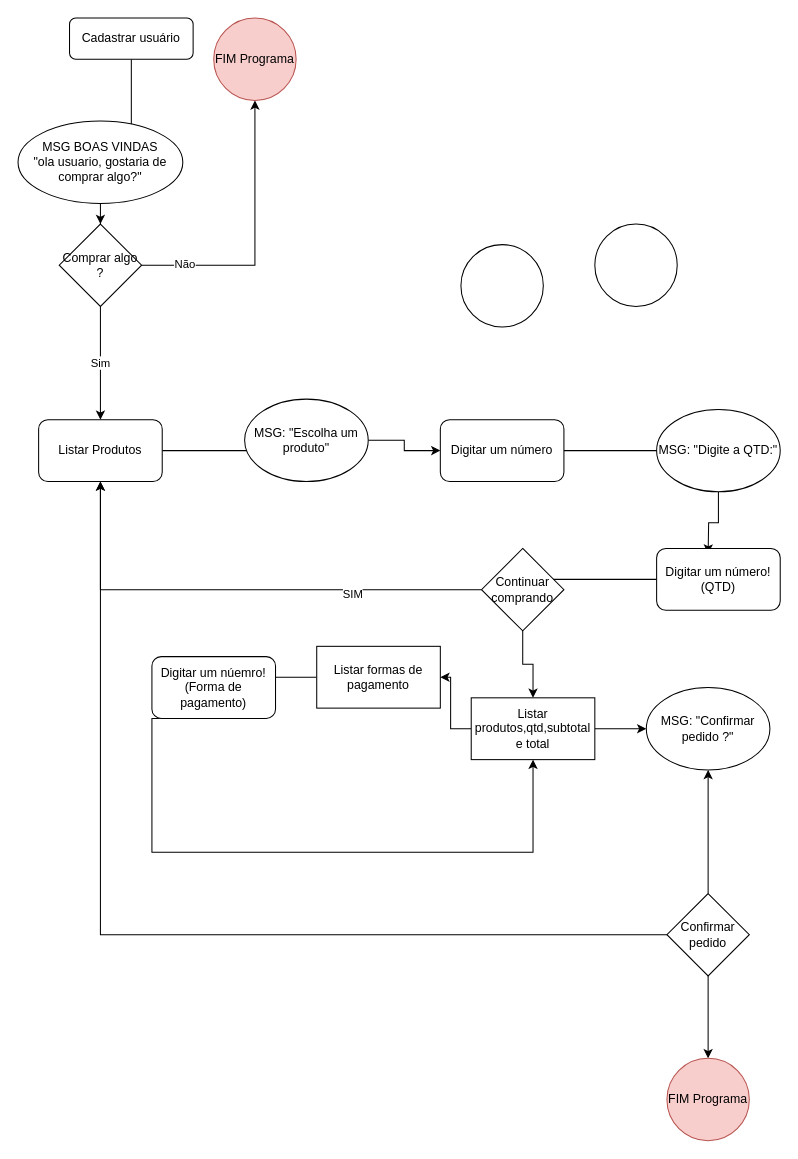
The draw.io diagram Untitled Diagram.drawio in reisritter/turma11java, before the edit. Source tidied: cells renumbered, new cells numbered last; positions are measured from the earlier drawing's top-left corner, leaving out a move shared by most shapes. Both pictures are drawn from the tidied source at 103%, with x=0, y=0 at pixel (18, 18).
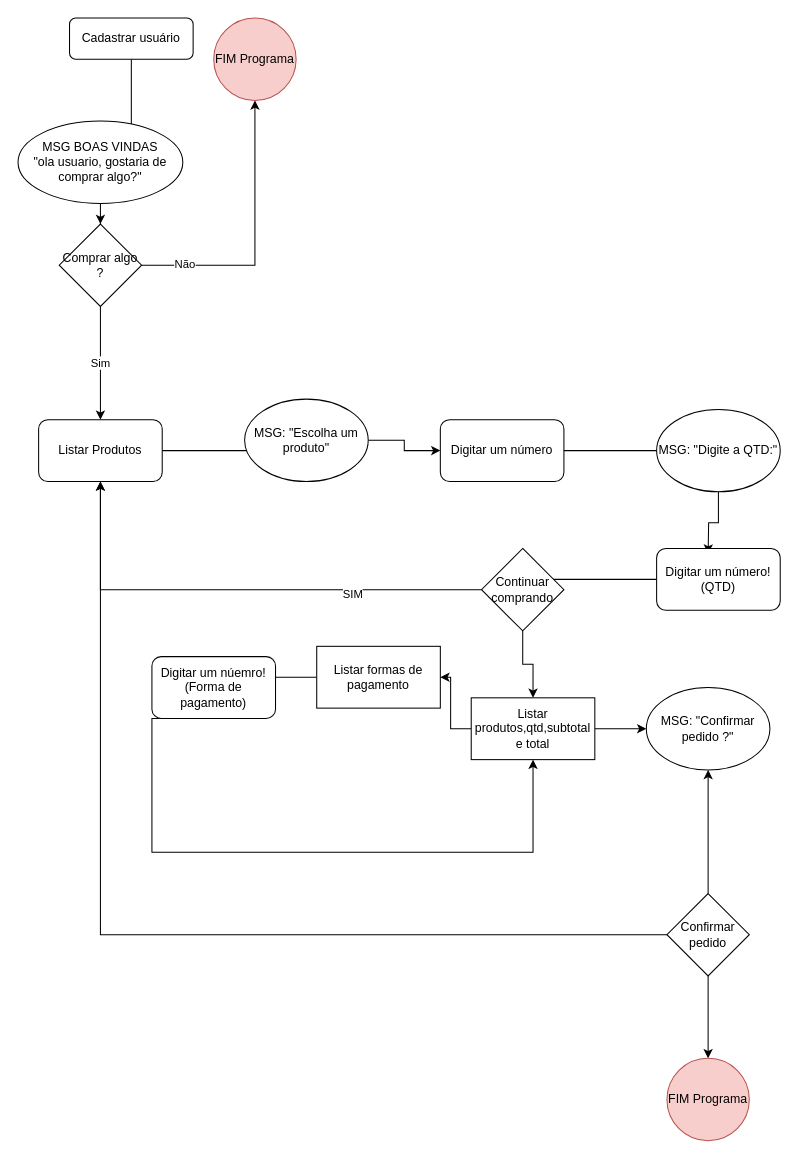
The same page after the edit.

The edit, as a diff of the source:
```diff
@@
-    <mxCell id="38" style="ellipse;whiteSpace=wrap;html=1;" parent="1" vertex="1">
-      <mxGeometry x="430" y="220" width="80" height="80" as="geometry" />
-    </mxCell>
-    <mxCell id="39" style="ellipse;whiteSpace=wrap;html=1;" parent="1" vertex="1">
-      <mxGeometry x="560" y="200" width="80" height="80" as="geometry" />
-    </mxCell>
```
